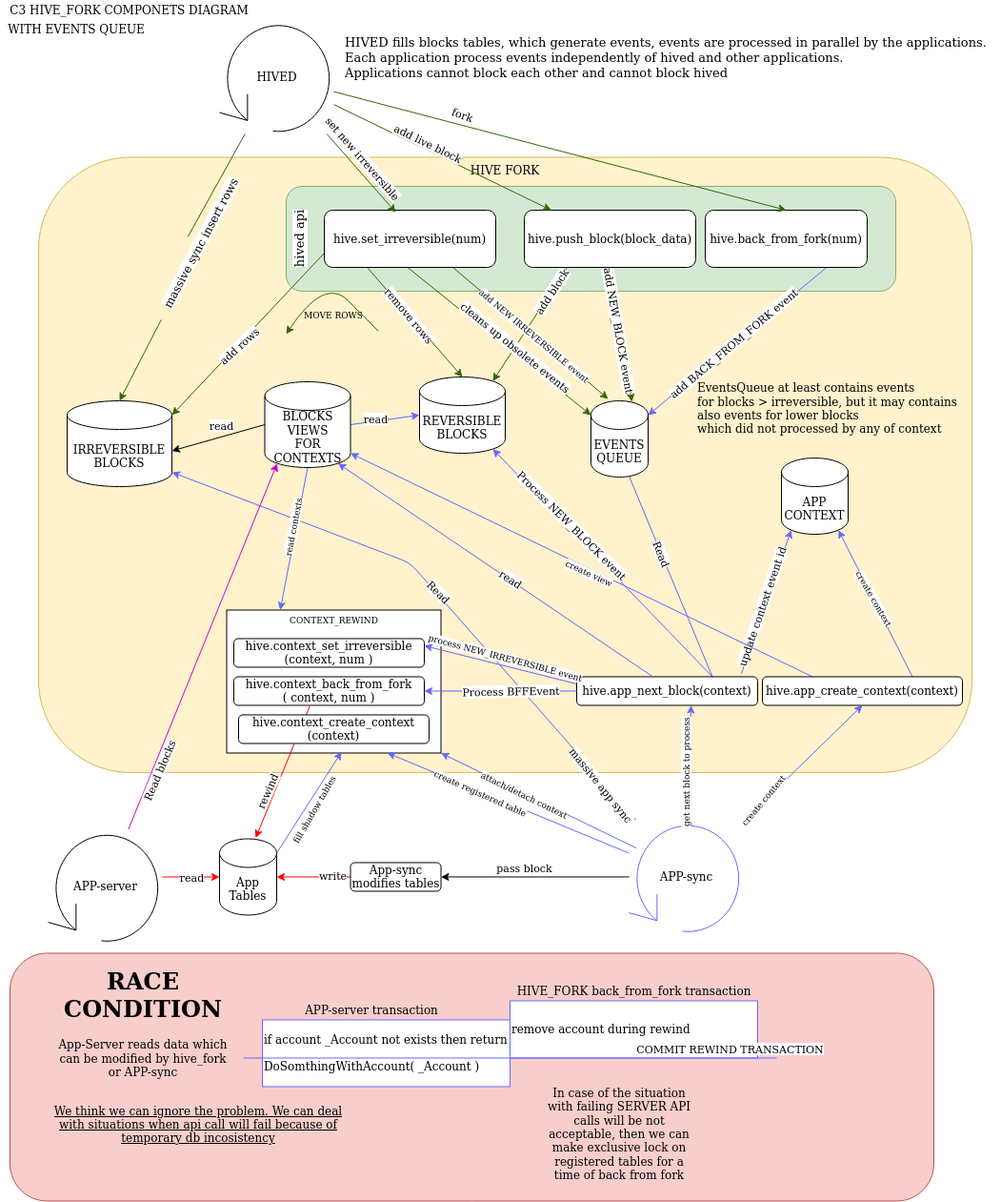
Before: doc/evq_c3.png, a diagram exported from draw.io (openhive-network/HAfAH). Source tidied: cells renumbered, new cells last; positions are measured from the earlier drawing's top-left corner, leaving out a move shared by most shapes.
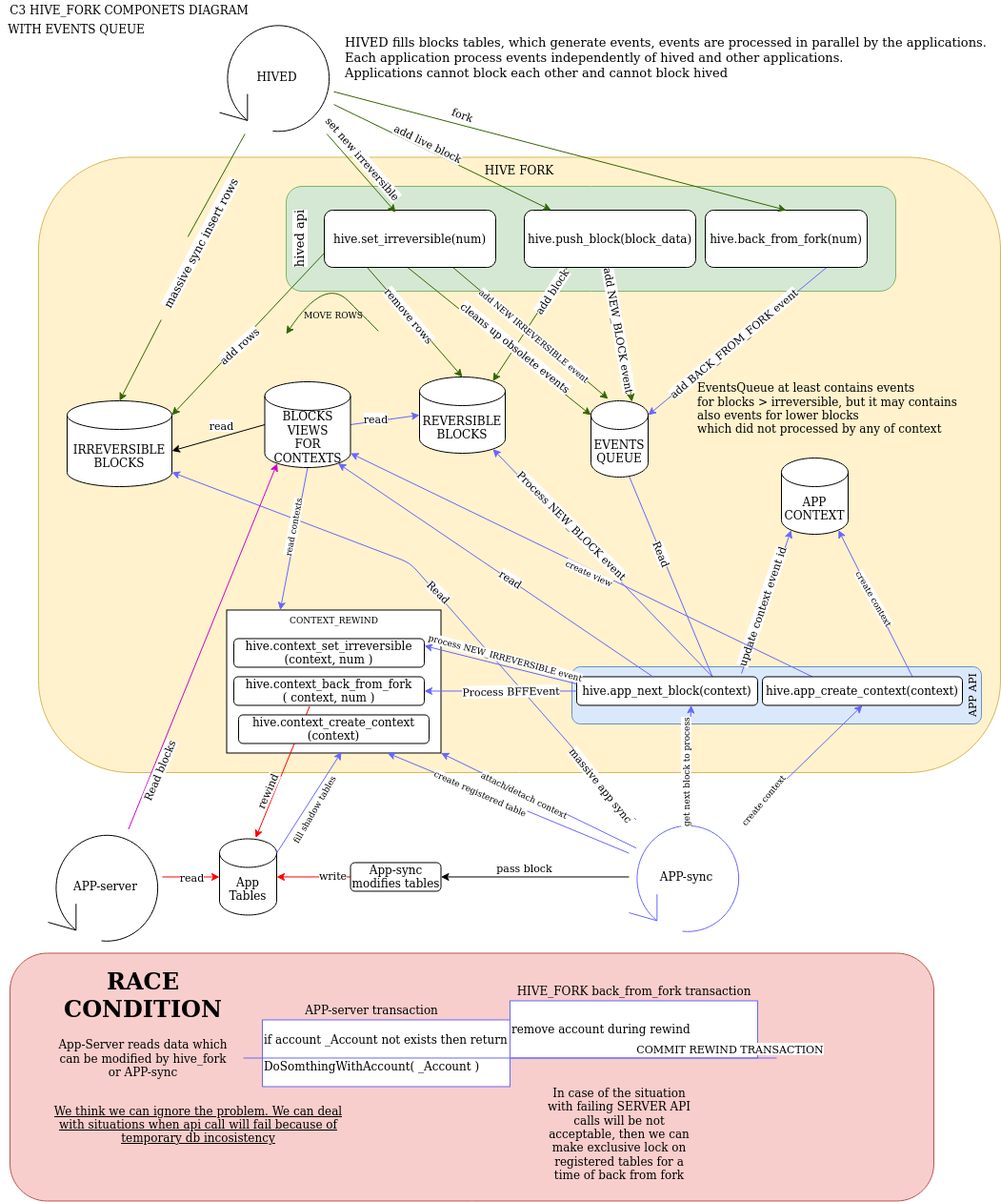
Later version of the same file.

Diff of the diagram source:
```diff
@@ -3,8 +3,11 @@
     <mxCell id="0" />
     <mxCell id="1" parent="0" />
     <mxCell id="2" value="HIVE FORK" style="rounded=1;whiteSpace=wrap;html=1;strokeColor=#d6b656;align=center;verticalAlign=top;fillColor=#fff2cc;" parent="1" vertex="1">
-      <mxGeometry x="40" y="164.5" width="980" height="645.5" as="geometry" />
+      <mxGeometry x="40" y="164.5" width="1010" height="645.5" as="geometry" />
     </mxCell>
+    <mxCell id="108" value="&lt;div&gt;APP API&lt;br&gt;&lt;/div&gt;" style="rounded=1;whiteSpace=wrap;html=1;labelBackgroundColor=none;fontSize=11;align=center;horizontal=0;verticalAlign=bottom;fillColor=#dae8fc;strokeColor=#6c8ebf;" parent="1" vertex="1">
+      <mxGeometry x="600" y="699" width="430" height="60" as="geometry" />
+    </mxCell>
     <mxCell id="3" value="&lt;div&gt;hived api&lt;br&gt;&lt;/div&gt;" style="rounded=1;whiteSpace=wrap;html=1;labelBackgroundColor=#ffffff;fontSize=13;align=center;horizontal=0;verticalAlign=top;fillColor=#d5e8d4;strokeColor=#82b366;" parent="1" vertex="1">
       <mxGeometry x="300" y="195" width="640" height="110" as="geometry" />
     </mxCell>
```
